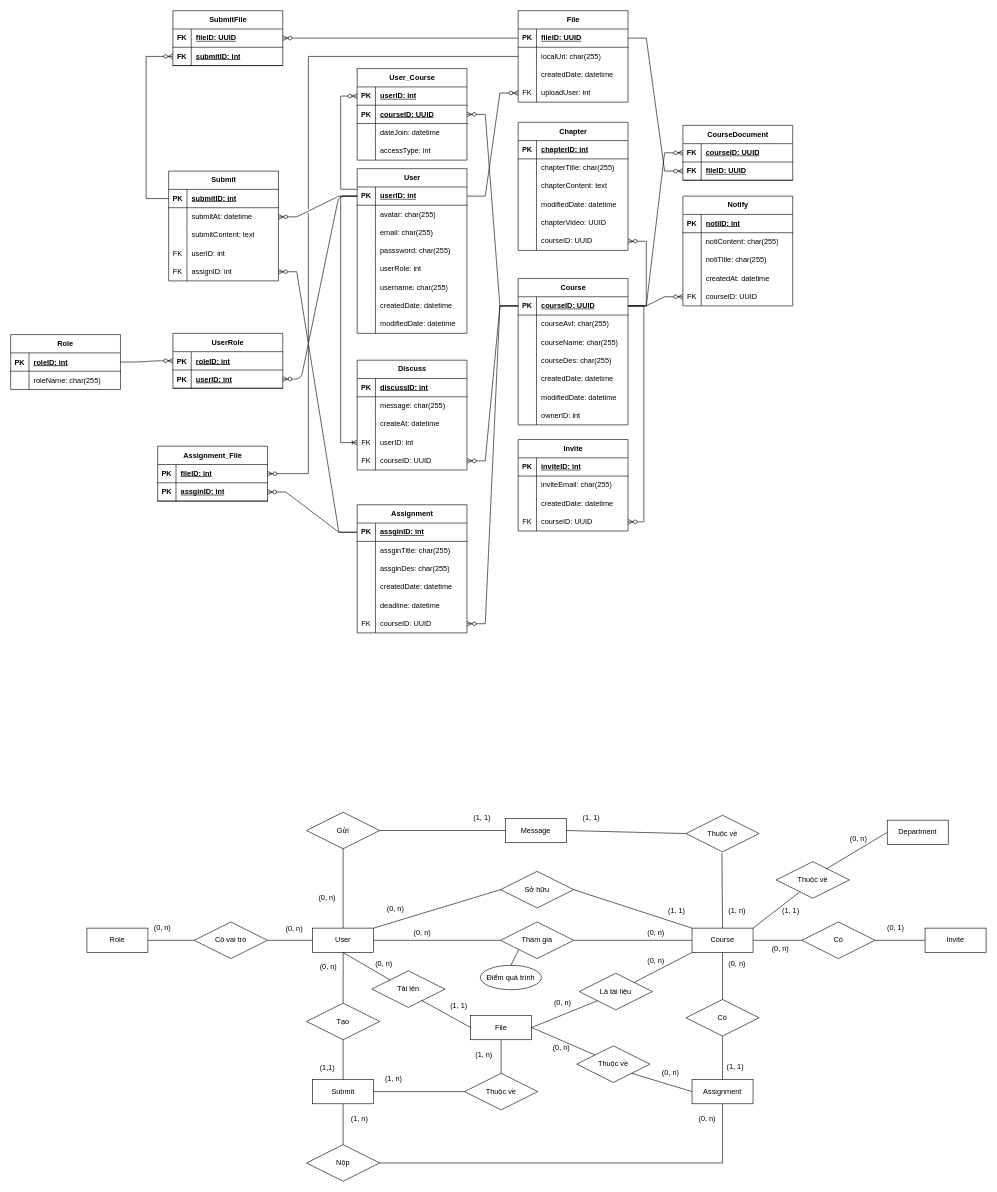
Earlier version of the draw.io diagram phanlop_velai.drawio (huykhaduy/CourseManagerment). Source tidied: cells renumbered, new cells numbered last; positions are measured from the earlier drawing's top-left corner, leaving out a move shared by most shapes. Both pictures are drawn from the tidied source at 61%, with x=0, y=0 at pixel (10, 10).
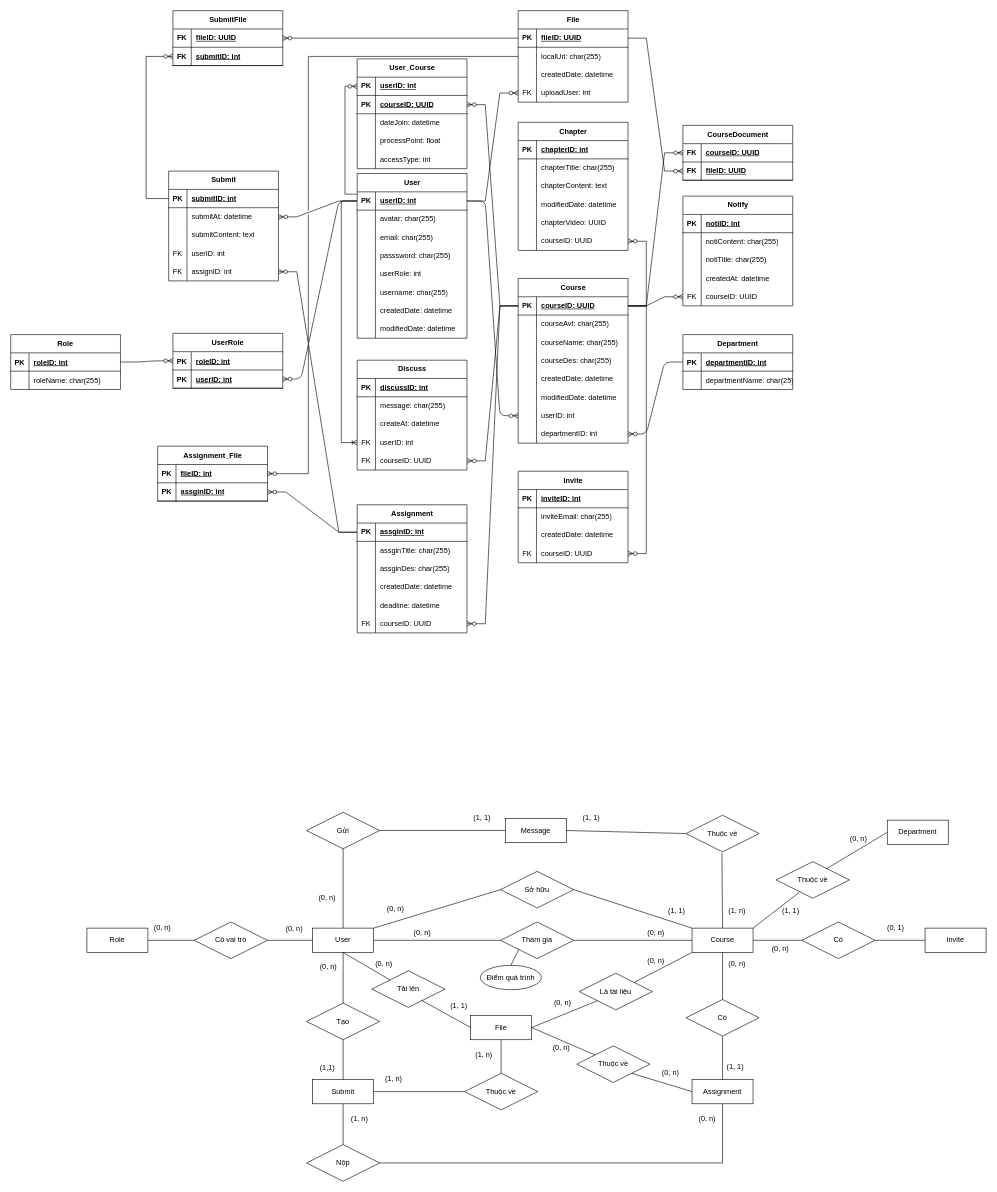
The same diagram, later.

Unchanged cells that the change refers to:
```xml
<mxCell id="3" style="shape=tableRow;horizontal=0;startSize=0;swimlaneHead=0;swimlaneBody=0;fillColor=none;points=[[0,0.5],[1,0.5]];portConstraint=eastwest;top=0;left=0;right=0;bottom=1;" parent="2" vertex="1">
  <mxGeometry y="30" width="180" height="30" as="geometry" />
</mxCell>
<mxCell id="28" style="shape=tableRow;horizontal=0;startSize=0;swimlaneHead=0;swimlaneBody=0;fillColor=none;points=[[0,0.5],[1,0.5]];portConstraint=eastwest;top=0;left=0;right=0;bottom=1;" parent="27" vertex="1">
  <mxGeometry y="30" width="180" height="30" as="geometry" />
</mxCell>
<mxCell id="41" style="shape=tableRow;horizontal=0;startSize=0;swimlaneHead=0;swimlaneBody=0;fillColor=none;points=[[0,0.5],[1,0.5]];portConstraint=eastwest;top=0;left=0;right=0;bottom=1;" parent="40" vertex="1">
  <mxGeometry y="30" width="180" height="30" as="geometry" />
</mxCell>
<mxCell id="59" style="shape=tableRow;horizontal=0;startSize=0;swimlaneHead=0;swimlaneBody=0;fillColor=none;points=[[0,0.5],[1,0.5]];portConstraint=eastwest;top=0;left=0;right=0;bottom=0;" parent="40" vertex="1">
  <mxGeometry y="210" width="180" height="30" as="geometry" />
</mxCell>
<mxCell id="73" style="shape=tableRow;horizontal=0;startSize=0;swimlaneHead=0;swimlaneBody=0;fillColor=none;points=[[0,0.5],[1,0.5]];portConstraint=eastwest;top=0;left=0;right=0;bottom=0;" parent="63" vertex="1">
  <mxGeometry y="120" width="180" height="30" as="geometry" />
</mxCell>
<mxCell id="103" style="shape=tableRow;horizontal=0;startSize=0;swimlaneHead=0;swimlaneBody=0;fillColor=none;points=[[0,0.5],[1,0.5]];portConstraint=eastwest;top=0;left=0;right=0;bottom=0;" parent="93" vertex="1">
  <mxGeometry y="120" width="180" height="30" as="geometry" />
</mxCell>
```

What changed in the source:
```diff
@@
     <mxCell id="2" value="User" style="shape=table;startSize=30;childLayout=tableLayout;rowLines=0;fontStyle=1;align=center;html=1;" parent="1" vertex="1">
-      <mxGeometry x="568" y="259" width="180" height="270" as="geometry" />
+      <mxGeometry x="568" y="267" width="180" height="270" as="geometry" />
     </mxCell>
@@
     <mxCell id="27" value="User_Course" style="shape=table;startSize=30;childLayout=tableLayout;rowLines=0;fontStyle=1;align=center;html=1;" parent="1" vertex="1">
-      <mxGeometry x="568" y="95" width="180" height="150" as="geometry" />
+      <mxGeometry x="568" y="79" width="180" height="180" as="geometry" />
     </mxCell>
@@
+    <mxCell id="309" style="shape=tableRow;horizontal=0;startSize=0;swimlaneHead=0;swimlaneBody=0;fillColor=none;top=0;left=0;right=0;bottom=0;" parent="27" vertex="1">
+      <mxGeometry y="120" width="180" height="30" as="geometry" />
+    </mxCell>
+    <mxCell id="310" style="shape=partialRectangle;fillColor=none;top=0;left=0;bottom=0;right=0;overflow=hidden;whiteSpace=wrap;html=1;" parent="309" vertex="1">
+      <mxGeometry width="30" height="30" as="geometry" />
+    </mxCell>
+    <mxCell id="311" value="processPoint: float" style="shape=partialRectangle;fillColor=none;top=0;left=0;bottom=0;right=0;align=left;spacingLeft=6;overflow=hidden;whiteSpace=wrap;html=1;" parent="309" vertex="1">
+      <mxGeometry x="30" width="150" height="30" as="geometry" />
+    </mxCell>
     <mxCell id="37" style="shape=tableRow;horizontal=0;startSize=0;swimlaneHead=0;swimlaneBody=0;fillColor=none;top=0;left=0;right=0;bottom=0;" parent="27" vertex="1">
-      <mxGeometry y="120" width="180" height="30" as="geometry" />
+      <mxGeometry y="150" width="180" height="30" as="geometry" />
     </mxCell>
@@
     <mxCell id="40" value="Course" style="shape=table;startSize=30;childLayout=tableLayout;rowLines=0;fontStyle=1;align=center;html=1;" parent="1" vertex="1">
-      <mxGeometry x="832" y="439" width="180" height="240" as="geometry" />
+      <mxGeometry x="832" y="439" width="180" height="270" as="geometry" />
     </mxCell>
@@
-    <mxCell id="61" value="ownerID: int" style="shape=partialRectangle;fillColor=none;top=0;left=0;bottom=0;right=0;align=left;spacingLeft=6;overflow=hidden;whiteSpace=wrap;html=1;" parent="59" vertex="1">
+    <mxCell id="61" value="userID: int" style="shape=partialRectangle;fillColor=none;top=0;left=0;bottom=0;right=0;align=left;spacingLeft=6;overflow=hidden;whiteSpace=wrap;html=1;" parent="59" vertex="1">
       <mxGeometry x="30" width="150" height="30" as="geometry" />
     </mxCell>
+    <mxCell id="312" style="shape=tableRow;horizontal=0;startSize=0;swimlaneHead=0;swimlaneBody=0;fillColor=none;points=[[0,0.5],[1,0.5]];portConstraint=eastwest;top=0;left=0;right=0;bottom=0;" parent="40" vertex="1">
+      <mxGeometry y="240" width="180" height="30" as="geometry" />
+    </mxCell>
+    <mxCell id="313" style="shape=partialRectangle;fillColor=none;top=0;left=0;bottom=0;right=0;overflow=hidden;whiteSpace=wrap;html=1;" parent="312" vertex="1">
+      <mxGeometry width="30" height="30" as="geometry" />
+    </mxCell>
+    <mxCell id="314" value="departmentID: int" style="shape=partialRectangle;fillColor=none;top=0;left=0;bottom=0;right=0;align=left;spacingLeft=6;overflow=hidden;whiteSpace=wrap;html=1;" parent="312" vertex="1">
+      <mxGeometry x="30" width="150" height="30" as="geometry" />
+    </mxCell>
     <mxCell id="62" style="edgeStyle=orthogonalEdgeStyle;fontSize=12;html=1;endArrow=ERzeroToMany;endFill=1;rounded=0;exitX=-0.004;exitY=0.128;exitDx=0;exitDy=0;entryX=0;entryY=0.5;entryDx=0;entryDy=0;exitPerimeter=0;" parent="1" edge="1" source="3" target="28">
       <mxGeometry relative="1" as="geometry">
         <Array as="points">
-          <mxPoint x="541" y="293" />
-          <mxPoint x="541" y="140" />
+          <mxPoint x="548" y="301" />
+          <mxPoint x="548" y="124" />
         </Array>
       </mxGeometry>
     </mxCell>
     <mxCell id="63" value="Invite" style="shape=table;startSize=30;childLayout=tableLayout;rowLines=0;fontStyle=1;align=center;html=1;" parent="1" vertex="1">
-      <mxGeometry x="832" y="703" width="180" height="150" as="geometry" />
+      <mxGeometry x="832" y="755" width="180" height="150" as="geometry" />
     </mxCell>
@@
     <mxCell id="76" style="edgeStyle=orthogonalEdgeStyle;fontSize=12;html=1;endArrow=ERzeroToMany;endFill=1;rounded=0;exitX=1;exitY=0.5;exitDx=0;exitDy=0;entryX=1;entryY=0.5;entryDx=0;entryDy=0;" parent="1" edge="1" source="41" target="73">
       <mxGeometry relative="1" as="geometry">
         <Array as="points">
-          <mxPoint x="1038" y="484" />
-          <mxPoint x="1038" y="838" />
+          <mxPoint x="1042" y="484" />
+          <mxPoint x="1042" y="890" />
         </Array>
       </mxGeometry>
     </mxCell>
@@
     <mxCell id="109" style="edgeStyle=orthogonalEdgeStyle;fontSize=12;html=1;endArrow=ERoneToMany;rounded=0;exitX=0;exitY=0.5;exitDx=0;exitDy=0;entryX=0;entryY=0.5;entryDx=0;entryDy=0;" parent="1" edge="1" source="3" target="103">
       <mxGeometry relative="1" as="geometry">
         <Array as="points">
-          <mxPoint x="541" y="304" />
-          <mxPoint x="541" y="708" />
+          <mxPoint x="542" y="312" />
+          <mxPoint x="542" y="708" />
         </Array>
       </mxGeometry>
     </mxCell>
@@
+    <mxCell id="315" value="Department" style="shape=table;startSize=30;childLayout=tableLayout;rowLines=0;fontStyle=1;align=center;" parent="1" vertex="1">
+      <mxGeometry x="1102" y="531" width="180" height="90" as="geometry" />
+    </mxCell>
+    <mxCell id="316" style="shape=tableRow;horizontal=0;startSize=0;swimlaneHead=0;swimlaneBody=0;fillColor=none;points=[[0,0.5],[1,0.5]];portConstraint=eastwest;top=0;left=0;right=0;bottom=1;" parent="315" vertex="1">
+      <mxGeometry y="30" width="180" height="30" as="geometry" />
+    </mxCell>
+    <mxCell id="317" value="PK" style="shape=partialRectangle;fillColor=none;top=0;left=0;bottom=0;right=0;fontStyle=1;overflow=hidden;" parent="316" vertex="1">
+      <mxGeometry width="30" height="30" as="geometry" />
+    </mxCell>
+    <mxCell id="318" value="departmentID: int" style="shape=partialRectangle;fillColor=none;top=0;left=0;bottom=0;right=0;align=left;spacingLeft=6;fontStyle=5;overflow=hidden;" parent="316" vertex="1">
+      <mxGeometry x="30" width="150" height="30" as="geometry" />
+    </mxCell>
+    <mxCell id="319" style="shape=tableRow;horizontal=0;startSize=0;swimlaneHead=0;swimlaneBody=0;fillColor=none;top=0;left=0;right=0;bottom=0;" parent="315" vertex="1">
+      <mxGeometry y="60" width="180" height="30" as="geometry" />
+    </mxCell>
+    <mxCell id="320" style="shape=partialRectangle;fillColor=none;top=0;left=0;bottom=0;right=0;overflow=hidden;" parent="319" vertex="1">
+      <mxGeometry width="30" height="30" as="geometry" />
+    </mxCell>
+    <mxCell id="321" value="departmentName: char(25)" style="shape=partialRectangle;fillColor=none;top=0;left=0;bottom=0;right=0;align=left;spacingLeft=6;overflow=hidden;" parent="319" vertex="1">
+      <mxGeometry x="30" width="150" height="30" as="geometry" />
+    </mxCell>
+    <mxCell id="322" style="edgeStyle=entityRelationEdgeStyle;fontSize=12;html=1;endArrow=ERzeroToMany;endFill=1;exitX=1;exitY=0.5;exitDx=0;exitDy=0;entryX=0;entryY=0.5;entryDx=0;entryDy=0;" parent="1" edge="1" source="3" target="59">
+      <mxGeometry relative="1" as="geometry" />
+    </mxCell>
+    <mxCell id="323" style="edgeStyle=entityRelationEdgeStyle;fontSize=12;html=1;endArrow=ERzeroToMany;endFill=1;exitX=0;exitY=0.5;exitDx=0;exitDy=0;entryX=1;entryY=0.5;entryDx=0;entryDy=0;" parent="1" edge="1" source="316" target="312">
+      <mxGeometry relative="1" as="geometry" />
+    </mxCell>
```
